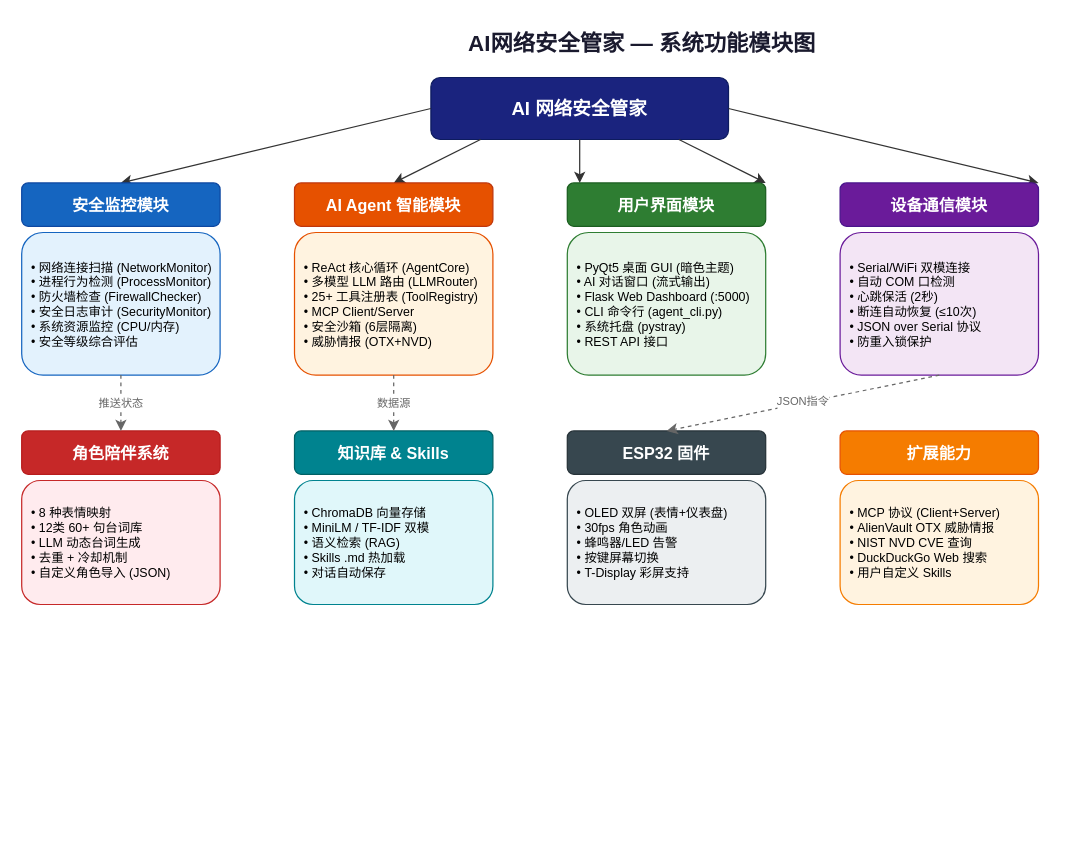
czypluto/ai-security-guardian keeps this draw.io diagram as edge/diagrams/03_系统功能模块图.drawio. Above is the earlier version. Source tidied: cells renumbered, new cells numbered last; positions are measured from the earlier drawing's top-left corner, leaving out a move shared by most shapes. Both pictures are drawn from the tidied source at 124%, with x=0, y=0 at pixel (21, 21).
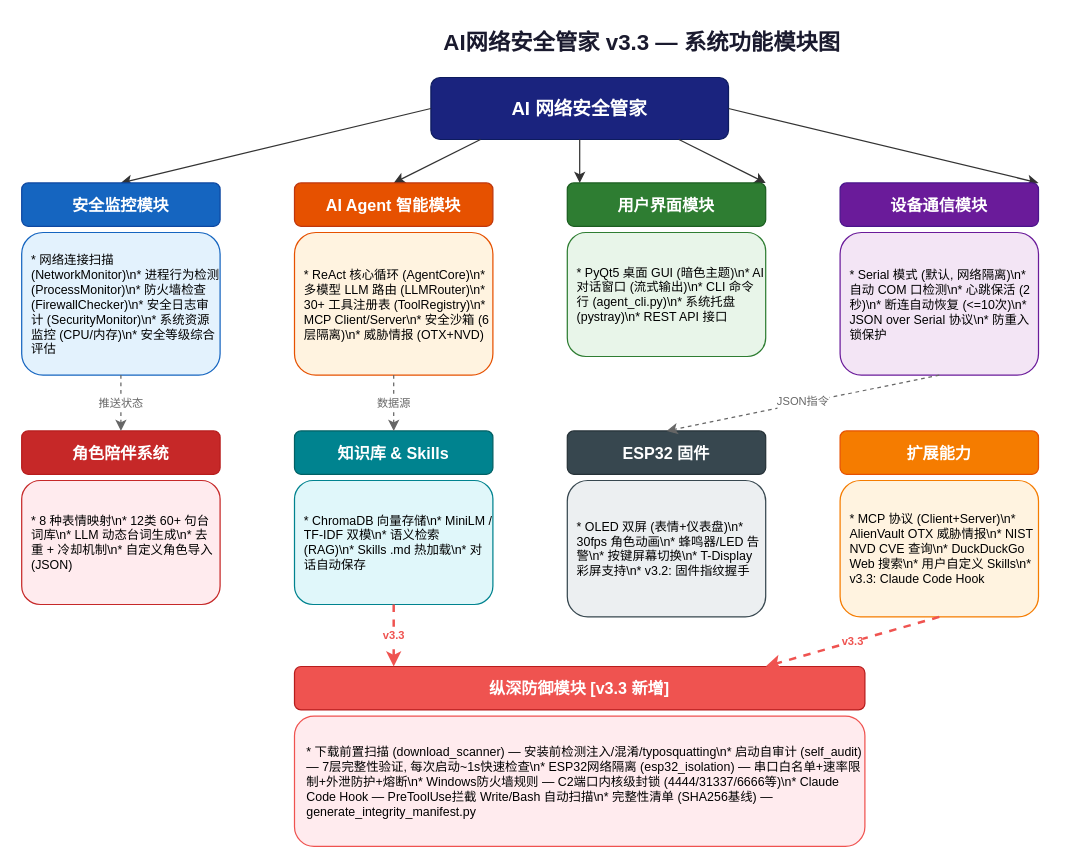
After the change.

The edit, as a diff of the source:
```diff
@@
-    <mxCell id="2" value="AI网络安全管家 — 系统功能模块图" style="text;html=1;strokeColor=none;fillColor=none;align=center;verticalAlign=middle;fontSize=18;fontStyle=1;fontColor=#1a1a2e;" parent="1" vertex="1">
+    <mxCell id="2" value="AI网络安全管家 v3.3 — 系统功能模块图" style="text;html=1;strokeColor=none;fillColor=none;align=center;fontSize=18;fontStyle=1;fontColor=#1a1a2e;" parent="1" vertex="1">
       <mxGeometry x="200" width="600" height="35" as="geometry" />
     </mxCell>
@@
-    <mxCell id="10" value="• 网络连接扫描 (NetworkMonitor)&#10;• 进程行为检测 (ProcessMonitor)&#10;• 防火墙检查 (FirewallChecker)&#10;• 安全日志审计 (SecurityMonitor)&#10;• 系统资源监控 (CPU/内存)&#10;• 安全等级综合评估" style="rounded=1;whiteSpace=wrap;html=1;fillColor=#e3f2fd;strokeColor=#1565c0;fontSize=10;align=left;spacingLeft=6;" parent="1" vertex="1">
+    <mxCell id="10" value="* 网络连接扫描 (NetworkMonitor)\n* 进程行为检测 (ProcessMonitor)\n* 防火墙检查 (FirewallChecker)\n* 安全日志审计 (SecurityMonitor)\n* 系统资源监控 (CPU/内存)\n* 安全等级综合评估" style="rounded=1;whiteSpace=wrap;html=1;fillColor=#e3f2fd;strokeColor=#1565c0;fontSize=10;align=left;spacingLeft=6;" parent="1" vertex="1">
       <mxGeometry y="170" width="160" height="115" as="geometry" />
     </mxCell>
@@
-    <mxCell id="12" value="• ReAct 核心循环 (AgentCore)&#10;• 多模型 LLM 路由 (LLMRouter)&#10;• 25+ 工具注册表 (ToolRegistry)&#10;• MCP Client/Server&#10;• 安全沙箱 (6层隔离)&#10;• 威胁情报 (OTX+NVD)" style="rounded=1;whiteSpace=wrap;html=1;fillColor=#fff3e0;strokeColor=#e65100;fontSize=10;align=left;spacingLeft=6;" parent="1" vertex="1">
+    <mxCell id="12" value="* ReAct 核心循环 (AgentCore)\n* 多模型 LLM 路由 (LLMRouter)\n* 30+ 工具注册表 (ToolRegistry)\n* MCP Client/Server\n* 安全沙箱 (6层隔离)\n* 威胁情报 (OTX+NVD)" style="rounded=1;whiteSpace=wrap;html=1;fillColor=#fff3e0;strokeColor=#e65100;fontSize=10;align=left;spacingLeft=6;" parent="1" vertex="1">
       <mxGeometry x="220" y="170" width="160" height="115" as="geometry" />
     </mxCell>
@@
-    <mxCell id="14" value="• PyQt5 桌面 GUI (暗色主题)&#10;• AI 对话窗口 (流式输出)&#10;• Flask Web Dashboard (:5000)&#10;• CLI 命令行 (agent_cli.py)&#10;• 系统托盘 (pystray)&#10;• REST API 接口" style="rounded=1;whiteSpace=wrap;html=1;fillColor=#e8f5e9;strokeColor=#2e7d32;fontSize=10;align=left;spacingLeft=6;" parent="1" vertex="1">
-      <mxGeometry x="440" y="170" width="160" height="115" as="geometry" />
+    <mxCell id="14" value="* PyQt5 桌面 GUI (暗色主题)\n* AI 对话窗口 (流式输出)\n* CLI 命令行 (agent_cli.py)\n* 系统托盘 (pystray)\n* REST API 接口" style="rounded=1;whiteSpace=wrap;html=1;fillColor=#e8f5e9;strokeColor=#2e7d32;fontSize=10;align=left;spacingLeft=6;" parent="1" vertex="1">
+      <mxGeometry x="440" y="170" width="160" height="100" as="geometry" />
     </mxCell>
@@
-    <mxCell id="16" value="• Serial/WiFi 双模连接&#10;• 自动 COM 口检测&#10;• 心跳保活 (2秒)&#10;• 断连自动恢复 (≤10次)&#10;• JSON over Serial 协议&#10;• 防重入锁保护" style="rounded=1;whiteSpace=wrap;html=1;fillColor=#f3e5f5;strokeColor=#6a1b9a;fontSize=10;align=left;spacingLeft=6;" parent="1" vertex="1">
+    <mxCell id="16" value="* Serial 模式 (默认, 网络隔离)\n* 自动 COM 口检测\n* 心跳保活 (2秒)\n* 断连自动恢复 (&lt;=10次)\n* JSON over Serial 协议\n* 防重入锁保护" style="rounded=1;whiteSpace=wrap;html=1;fillColor=#f3e5f5;strokeColor=#6a1b9a;fontSize=10;align=left;spacingLeft=6;" parent="1" vertex="1">
       <mxGeometry x="660" y="170" width="160" height="115" as="geometry" />
     </mxCell>
@@
-    <mxCell id="18" value="• 8 种表情映射&#10;• 12类 60+ 句台词库&#10;• LLM 动态台词生成&#10;• 去重 + 冷却机制&#10;• 自定义角色导入 (JSON)" style="rounded=1;whiteSpace=wrap;html=1;fillColor=#ffebee;strokeColor=#c62828;fontSize=10;align=left;spacingLeft=6;" parent="1" vertex="1">
+    <mxCell id="18" value="* 8 种表情映射\n* 12类 60+ 句台词库\n* LLM 动态台词生成\n* 去重 + 冷却机制\n* 自定义角色导入 (JSON)" style="rounded=1;whiteSpace=wrap;html=1;fillColor=#ffebee;strokeColor=#c62828;fontSize=10;align=left;spacingLeft=6;" parent="1" vertex="1">
       <mxGeometry y="370" width="160" height="100" as="geometry" />
     </mxCell>
@@
-    <mxCell id="20" value="• ChromaDB 向量存储&#10;• MiniLM / TF-IDF 双模&#10;• 语义检索 (RAG)&#10;• Skills .md 热加载&#10;• 对话自动保存" style="rounded=1;whiteSpace=wrap;html=1;fillColor=#e0f7fa;strokeColor=#00838f;fontSize=10;align=left;spacingLeft=6;" parent="1" vertex="1">
+    <mxCell id="20" value="* ChromaDB 向量存储\n* MiniLM / TF-IDF 双模\n* 语义检索 (RAG)\n* Skills .md 热加载\n* 对话自动保存" style="rounded=1;whiteSpace=wrap;html=1;fillColor=#e0f7fa;strokeColor=#00838f;fontSize=10;align=left;spacingLeft=6;" parent="1" vertex="1">
       <mxGeometry x="220" y="370" width="160" height="100" as="geometry" />
     </mxCell>
@@
-    <mxCell id="22" value="• OLED 双屏 (表情+仪表盘)&#10;• 30fps 角色动画&#10;• 蜂鸣器/LED 告警&#10;• 按键屏幕切换&#10;• T-Display 彩屏支持" style="rounded=1;whiteSpace=wrap;html=1;fillColor=#eceff1;strokeColor=#37474f;fontSize=10;align=left;spacingLeft=6;" parent="1" vertex="1">
-      <mxGeometry x="440" y="370" width="160" height="100" as="geometry" />
+    <mxCell id="22" value="* OLED 双屏 (表情+仪表盘)\n* 30fps 角色动画\n* 蜂鸣器/LED 告警\n* 按键屏幕切换\n* T-Display 彩屏支持\n* v3.2: 固件指纹握手" style="rounded=1;whiteSpace=wrap;html=1;fillColor=#eceff1;strokeColor=#37474f;fontSize=10;align=left;spacingLeft=6;" parent="1" vertex="1">
+      <mxGeometry x="440" y="370" width="160" height="110" as="geometry" />
     </mxCell>
@@
-    <mxCell id="24" value="• MCP 协议 (Client+Server)&#10;• AlienVault OTX 威胁情报&#10;• NIST NVD CVE 查询&#10;• DuckDuckGo Web 搜索&#10;• 用户自定义 Skills" style="rounded=1;whiteSpace=wrap;html=1;fillColor=#fff3e0;strokeColor=#f57c00;fontSize=10;align=left;spacingLeft=6;" parent="1" vertex="1">
-      <mxGeometry x="660" y="370" width="160" height="100" as="geometry" />
+    <mxCell id="24" value="* MCP 协议 (Client+Server)\n* AlienVault OTX 威胁情报\n* NIST NVD CVE 查询\n* DuckDuckGo Web 搜索\n* 用户自定义 Skills\n* v3.3: Claude Code Hook" style="rounded=1;whiteSpace=wrap;html=1;fillColor=#fff3e0;strokeColor=#f57c00;fontSize=10;align=left;spacingLeft=6;" parent="1" vertex="1">
+      <mxGeometry x="660" y="370" width="160" height="110" as="geometry" />
     </mxCell>
+    <mxCell id="28" value="纵深防御模块 [v3.3 新增]" style="rounded=1;whiteSpace=wrap;html=1;fillColor=#ef5350;strokeColor=#b71c1c;fontColor=#fff;fontSize=13;fontStyle=1;" parent="1" vertex="1">
+      <mxGeometry x="220" y="520" width="460" height="35" as="geometry" />
+    </mxCell>
+    <mxCell id="29" value="* 下载前置扫描 (download_scanner)  — 安装前检测注入/混淆/typosquatting\n* 启动自审计 (self_audit)  — 7层完整性验证, 每次启动~1s快速检查\n* ESP32网络隔离 (esp32_isolation)  — 串口白名单+速率限制+外泄防护+熔断\n* Windows防火墙规则  — C2端口内核级封锁 (4444/31337/6666等)\n* Claude Code Hook  — PreToolUse拦截 Write/Bash 自动扫描\n* 完整性清单 (SHA256基线)  — generate_integrity_manifest.py" style="rounded=1;whiteSpace=wrap;html=1;fillColor=#ffebee;strokeColor=#ef5350;fontSize=10;align=left;spacingLeft=8;" parent="1" vertex="1">
+      <mxGeometry x="220" y="560" width="460" height="105" as="geometry" />
+    </mxCell>
+    <mxCell id="30" value="v3.3" style="endArrow=classic;html=1;strokeColor=#ef5350;strokeWidth=2;fontSize=9;fontColor=#ef5350;fontStyle=1;dashed=1;" parent="1" edge="1">
+      <mxGeometry relative="1" as="geometry">
+        <mxPoint x="300" y="470" as="sourcePoint" />
+        <mxPoint x="300" y="520" as="targetPoint" />
+      </mxGeometry>
+    </mxCell>
+    <mxCell id="31" value="v3.3" style="endArrow=classic;html=1;strokeColor=#ef5350;strokeWidth=2;fontSize=9;fontColor=#ef5350;fontStyle=1;dashed=1;" parent="1" edge="1">
+      <mxGeometry relative="1" as="geometry">
+        <mxPoint x="740" y="480" as="sourcePoint" />
+        <mxPoint x="600" y="520" as="targetPoint" />
+      </mxGeometry>
+    </mxCell>
```
